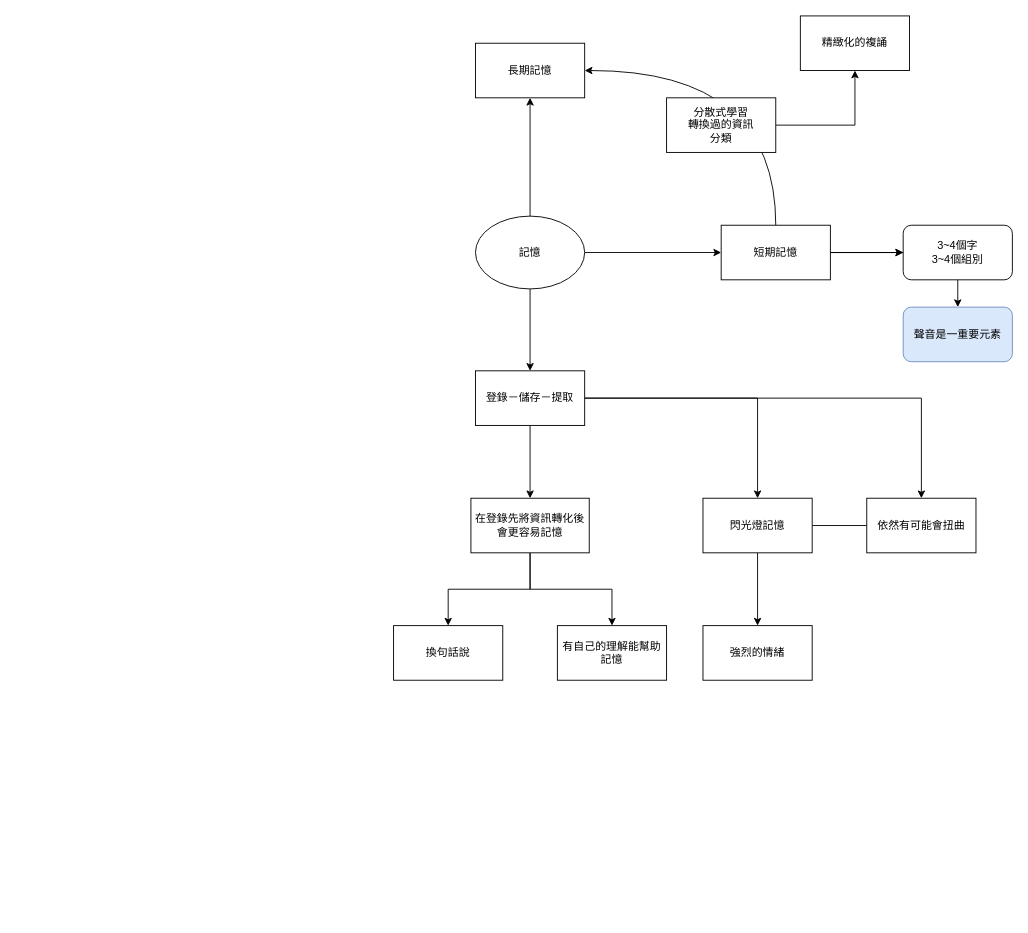
Earlier version of the draw.io diagram memory.drawio (asd0591804/treeImage). Source tidied: cells renumbered, new cells numbered last; positions are measured from the earlier drawing's top-left corner, leaving out a move shared by most shapes. Both pictures are drawn from the tidied source at 91%, with x=0, y=0 at pixel (393, 15).
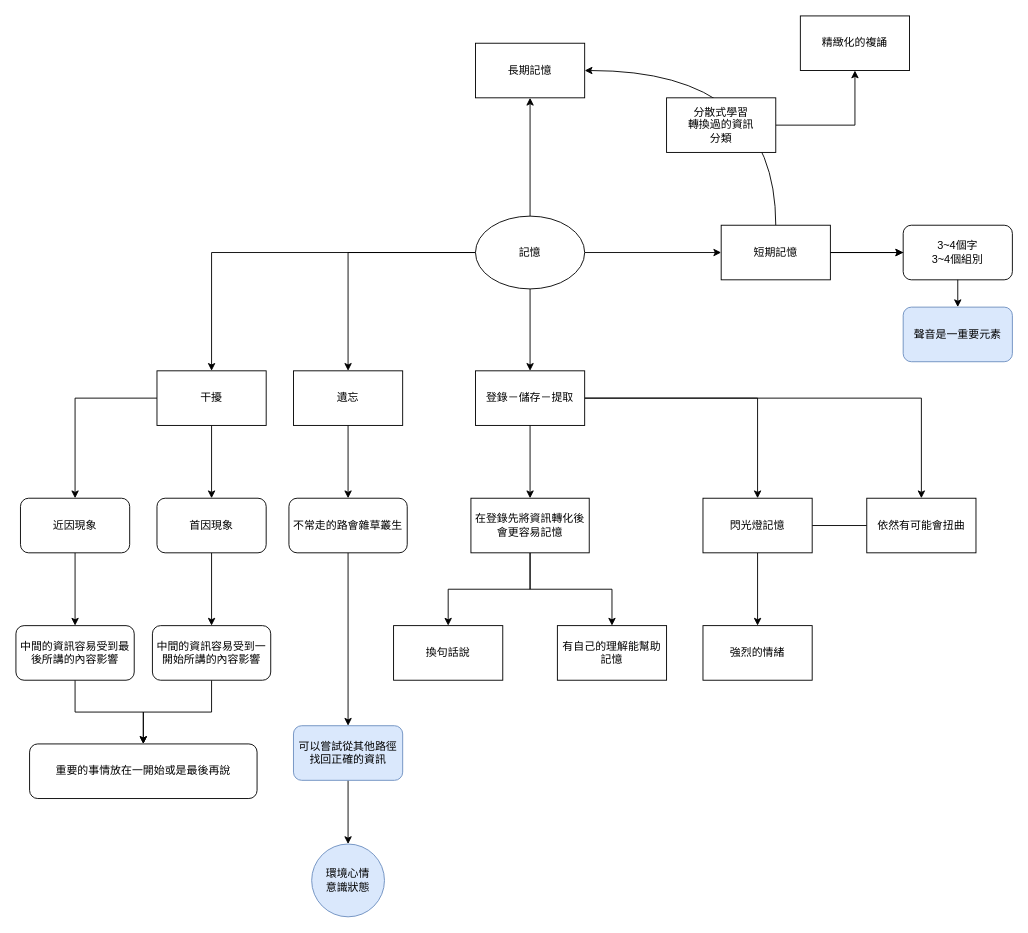
After the change.

Unchanged cells that the change refers to:
```xml
<mxCell id="5" value="記憶" style="ellipse;whiteSpace=wrap;html=1;" parent="1" vertex="1">
  <mxGeometry x="90" y="220" width="120" height="80" as="geometry" />
</mxCell>
```

The edit, as a diff of the source:
```diff
@@
+    <mxCell id="31" style="edgeStyle=orthogonalEdgeStyle;rounded=0;jettySize=auto;html=1;" parent="1" edge="1" source="5" target="34">
+      <mxGeometry relative="1" as="geometry" />
+    </mxCell>
+    <mxCell id="32" style="edgeStyle=orthogonalEdgeStyle;rounded=0;jettySize=auto;html=1;" parent="1" edge="1" source="5" target="37">
+      <mxGeometry relative="1" as="geometry" />
+    </mxCell>
@@
+    <mxCell id="33" style="edgeStyle=orthogonalEdgeStyle;rounded=0;jettySize=auto;html=1;" parent="1" edge="1" source="34" target="39">
+      <mxGeometry relative="1" as="geometry" />
+    </mxCell>
+    <mxCell id="34" value="遺忘" style="whiteSpace=wrap;html=1;" parent="1" vertex="1">
+      <mxGeometry x="-110" y="390" width="120" height="60" as="geometry" />
+    </mxCell>
+    <mxCell id="35" style="edgeStyle=orthogonalEdgeStyle;rounded=0;jettySize=auto;html=1;" parent="1" edge="1" source="37" target="41">
+      <mxGeometry relative="1" as="geometry" />
+    </mxCell>
+    <mxCell id="36" style="edgeStyle=orthogonalEdgeStyle;rounded=0;jettySize=auto;html=1;" parent="1" edge="1" source="37" target="43">
+      <mxGeometry relative="1" as="geometry" />
+    </mxCell>
+    <mxCell id="37" value="干擾" style="whiteSpace=wrap;html=1;" parent="1" vertex="1">
+      <mxGeometry x="-260" y="390" width="120" height="60" as="geometry" />
+    </mxCell>
+    <mxCell id="38" style="edgeStyle=orthogonalEdgeStyle;rounded=0;jettySize=auto;html=1;" parent="1" edge="1" source="39" target="50">
+      <mxGeometry relative="1" as="geometry" />
+    </mxCell>
+    <mxCell id="39" value="不常走的路會雜草叢生" style="rounded=1;whiteSpace=wrap;html=1;" parent="1" vertex="1">
+      <mxGeometry x="-115" y="530" width="130" height="60" as="geometry" />
+    </mxCell>
+    <mxCell id="40" style="edgeStyle=orthogonalEdgeStyle;rounded=0;jettySize=auto;html=1;" parent="1" edge="1" source="41" target="47">
+      <mxGeometry relative="1" as="geometry" />
+    </mxCell>
+    <mxCell id="41" value="近因現象" style="rounded=1;whiteSpace=wrap;html=1;" parent="1" vertex="1">
+      <mxGeometry x="-410" y="530" width="120" height="60" as="geometry" />
+    </mxCell>
+    <mxCell id="42" style="edgeStyle=orthogonalEdgeStyle;rounded=0;jettySize=auto;html=1;" parent="1" edge="1" source="43" target="45">
+      <mxGeometry relative="1" as="geometry" />
+    </mxCell>
+    <mxCell id="43" value="首因現象" style="rounded=1;whiteSpace=wrap;html=1;" parent="1" vertex="1">
+      <mxGeometry x="-260" y="530" width="120" height="60" as="geometry" />
+    </mxCell>
+    <mxCell id="44" style="edgeStyle=orthogonalEdgeStyle;rounded=0;jettySize=auto;html=1;" parent="1" edge="1" source="45" target="48">
+      <mxGeometry relative="1" as="geometry" />
+    </mxCell>
+    <mxCell id="45" value="中間的資訊容易受到一開始所講的內容影響" style="rounded=1;whiteSpace=wrap;html=1;" parent="1" vertex="1">
+      <mxGeometry x="-265" y="670" width="130" height="60" as="geometry" />
+    </mxCell>
+    <mxCell id="46" style="edgeStyle=orthogonalEdgeStyle;rounded=0;jettySize=auto;html=1;" parent="1" edge="1" source="47" target="48">
+      <mxGeometry relative="1" as="geometry" />
+    </mxCell>
+    <mxCell id="47" value="中間的資訊容易受到最後所講的內容影響" style="rounded=1;whiteSpace=wrap;html=1;" parent="1" vertex="1">
+      <mxGeometry x="-415" y="670" width="130" height="60" as="geometry" />
+    </mxCell>
+    <mxCell id="48" value="重要的事情放在一開始或是最後再說" style="rounded=1;whiteSpace=wrap;html=1;" parent="1" vertex="1">
+      <mxGeometry x="-400" y="800" width="250" height="60" as="geometry" />
+    </mxCell>
+    <mxCell id="49" style="edgeStyle=orthogonalEdgeStyle;rounded=0;jettySize=auto;html=1;" parent="1" edge="1" source="50" target="51">
+      <mxGeometry relative="1" as="geometry" />
+    </mxCell>
+    <mxCell id="50" value="可以嘗試從其他路徑&lt;div&gt;找回正確的資訊&lt;/div&gt;" style="whiteSpace=wrap;html=1;rounded=1;fillColor=#dae8fc;strokeColor=#6c8ebf;" parent="1" vertex="1">
+      <mxGeometry x="-110" y="780" width="120" height="60" as="geometry" />
+    </mxCell>
+    <mxCell id="51" value="環境心情&lt;div&gt;意識狀態&lt;/div&gt;" style="ellipse;whiteSpace=wrap;html=1;fillColor=#dae8fc;strokeColor=#6c8ebf;rounded=1;" parent="1" vertex="1">
+      <mxGeometry x="-90" y="910" width="80" height="80" as="geometry" />
+    </mxCell>
```
